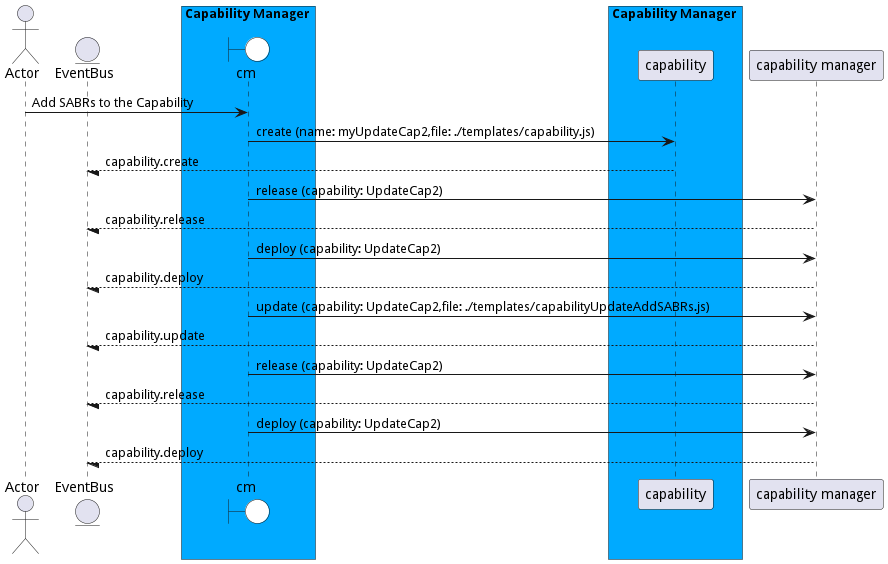
Earlier version of the PlantUML export docs/sabr/aml/cm/usecases/UpdateCapability/AddSABRstotheCapability.png (madajaju/sabr).
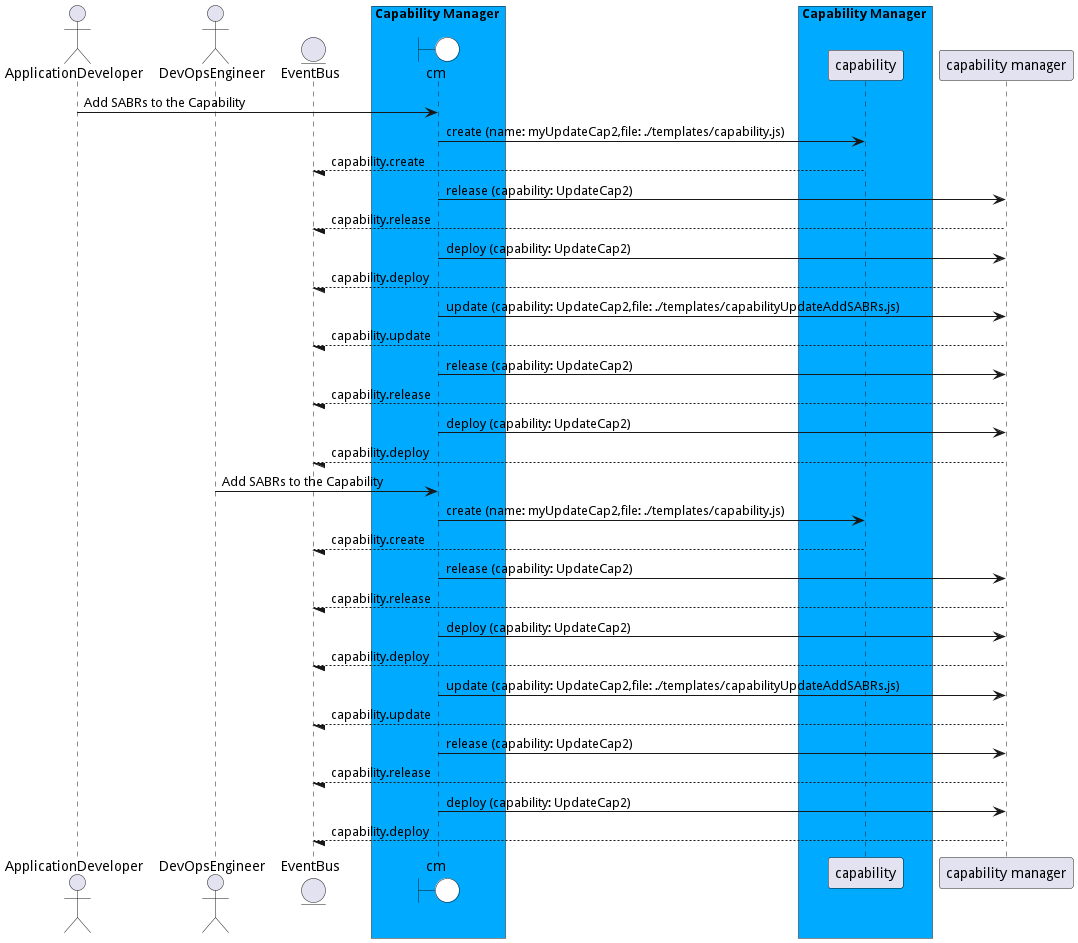
Later version of the same file.

Change to the diagram source:
```diff
@@ -1,6 +1,8 @@
 @startuml
 
-actor "Actor"
+actor "ApplicationDeveloper"
+
+actor "DevOpsEngineer"
 
 
 entity EventBus
@@ -15,7 +17,34 @@
     end box
 
 
-"Actor" -> cm: Add SABRs to the Capability
+"ApplicationDeveloper" -> cm: Add SABRs to the Capability
+
+    cm -> "capability": create (name: myUpdateCap2,file: ./templates/capability.js)
+
+    "capability" --/ EventBus: capability.create
+
+    cm -> "capability manager": release (capability: UpdateCap2)
+
+    "capability manager" --/ EventBus: capability.release
+
+    cm -> "capability manager": deploy (capability: UpdateCap2)
+
+    "capability manager" --/ EventBus: capability.deploy
+
+    cm -> "capability manager": update (capability: UpdateCap2,file: ./templates/capabilityUpdateAddSABRs.js)
+
+    "capability manager" --/ EventBus: capability.update
+
+    cm -> "capability manager": release (capability: UpdateCap2)
+
+    "capability manager" --/ EventBus: capability.release
+
+    cm -> "capability manager": deploy (capability: UpdateCap2)
+
+    "capability manager" --/ EventBus: capability.deploy
+
+
+"DevOpsEngineer" -> cm: Add SABRs to the Capability
 
     cm -> "capability": create (name: myUpdateCap2,file: ./templates/capability.js)
 
```
